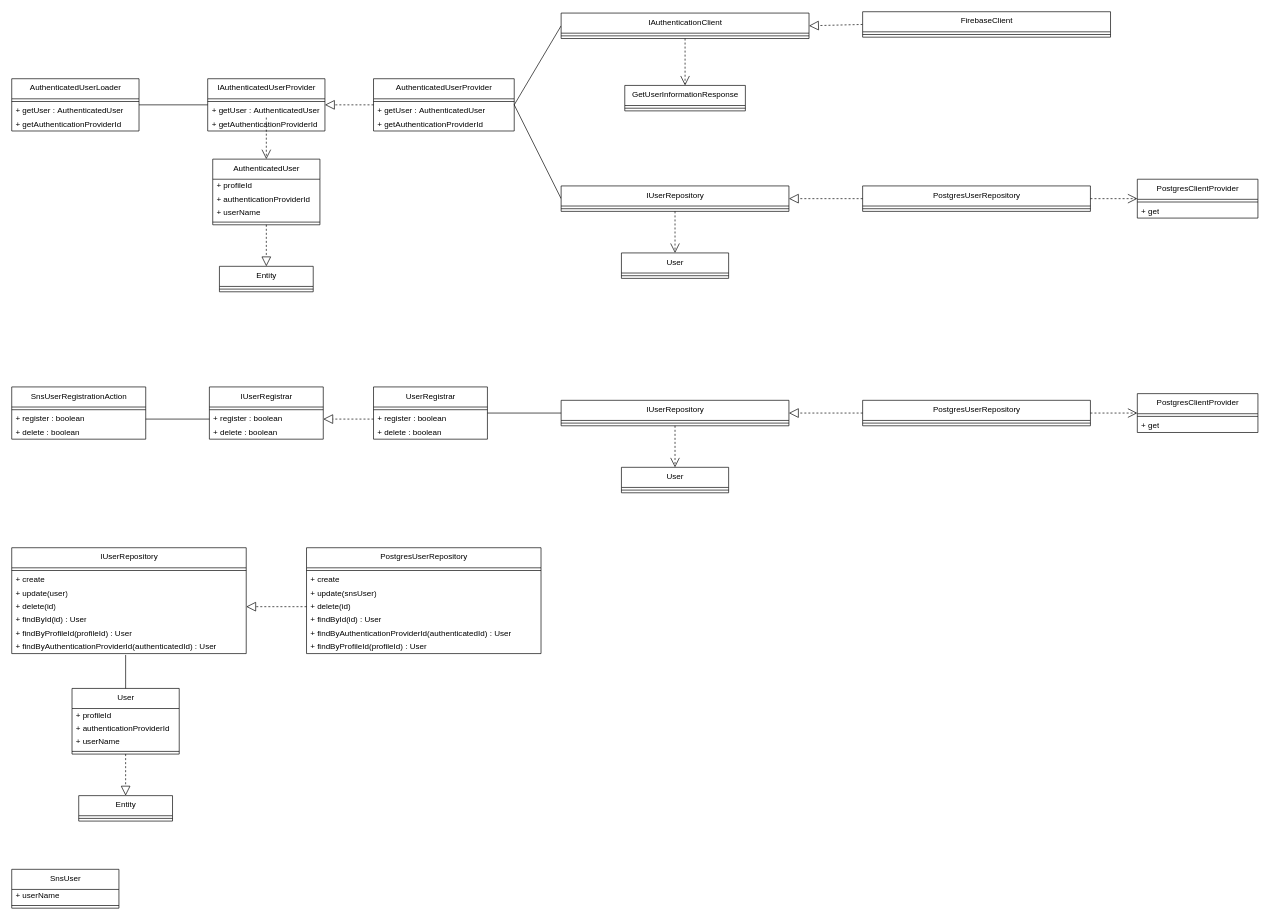
Above: page "UserModule" (4 of 7) of project-designs/class-diagrams/ff14-sns.drawio in Mouwf/FF14SNS (draw.io), before the change. Source tidied: cells renumbered, new cells numbered last; positions are measured from the earlier drawing's top-left corner, leaving out a move shared by most shapes. Both pictures are drawn from the tidied source at 67%, with x=0, y=0 at pixel (11, 11).
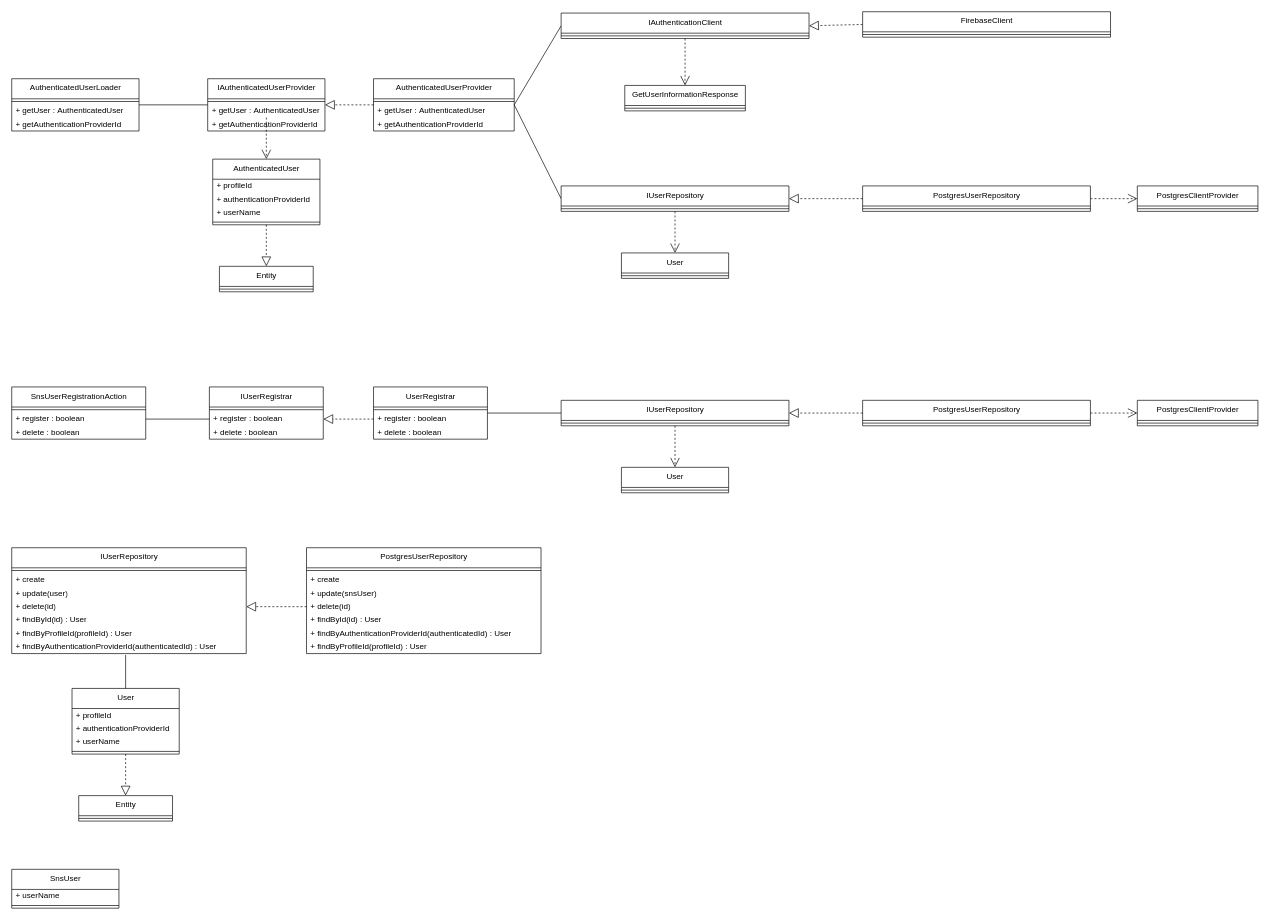
The same page after the edit.

The edit, as a diff of the source:
```diff
@@
     <mxCell id="29" value="PostgresClientProvider" style="swimlane;fontStyle=0;align=center;verticalAlign=top;horizontal=1;startSize=30;html=1;" parent="1" vertex="1">
-      <mxGeometry x="1680" y="250" width="180" height="58" as="geometry" />
+      <mxGeometry x="1680" y="260" width="180" height="38" as="geometry" />
     </mxCell>
@@
-    <mxCell id="31" value="+ get" style="text;html=1;strokeColor=none;fillColor=none;align=left;verticalAlign=middle;spacingLeft=4;spacingRight=4;overflow=hidden;" parent="29" vertex="1">
-      <mxGeometry y="38" width="180" height="20" as="geometry" />
-    </mxCell>
@@
     <mxCell id="85" value="PostgresClientProvider" style="swimlane;fontStyle=0;align=center;verticalAlign=top;horizontal=1;startSize=30;html=1;" parent="1" vertex="1">
-      <mxGeometry x="1680" y="570" width="180" height="58" as="geometry" />
+      <mxGeometry x="1680" y="580" width="180" height="38" as="geometry" />
     </mxCell>
@@
-    <mxCell id="87" value="+ get" style="text;html=1;strokeColor=none;fillColor=none;align=left;verticalAlign=middle;spacingLeft=4;spacingRight=4;overflow=hidden;" parent="85" vertex="1">
-      <mxGeometry y="38" width="180" height="20" as="geometry" />
-    </mxCell>
```
